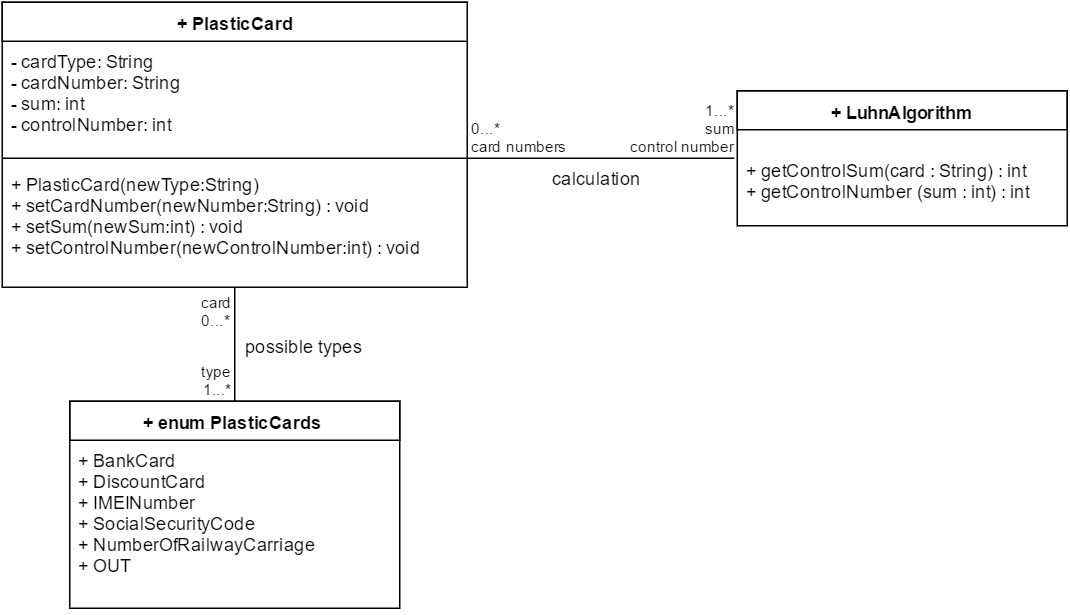
Before: FinalProjectLuhnAlgorithm.png, a diagram exported from draw.io (anna-chepiga/FinalProject). Source tidied: cells renumbered, new cells last; positions are measured from the earlier drawing's top-left corner, leaving out a move shared by most shapes.
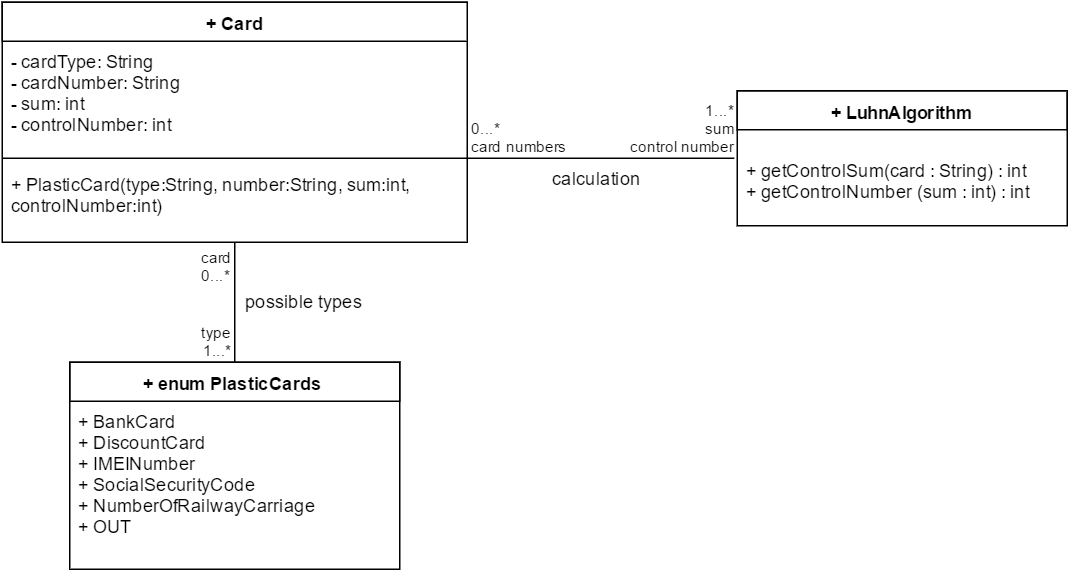
Above is the later version.

Commit message:
Edited class diagram

Changed the name of PlasticCard class to Card; removed the setters as they are not really used in code, instead of them edited the constructor accordingly

Change to the diagram source:
```diff
@@ -2,8 +2,8 @@
   <root>
     <mxCell id="0" />
     <mxCell id="1" parent="0" />
-    <mxCell id="2" value="+ PlasticCard" style="swimlane;html=1;fontStyle=1;align=center;verticalAlign=top;horizontal=1;startSize=26;swimlaneFillColor=#ffffff;" parent="1" vertex="1">
-      <mxGeometry width="310" height="190" as="geometry" />
+    <mxCell id="2" value="+ Card" style="swimlane;html=1;fontStyle=1;align=center;verticalAlign=top;horizontal=1;startSize=26;swimlaneFillColor=#ffffff;" parent="1" vertex="1">
+      <mxGeometry width="310" height="160" as="geometry" />
     </mxCell>
     <mxCell id="3" value="- cardType: String&lt;div&gt;- cardNumber: String&lt;/div&gt;&lt;div&gt;- sum: int&lt;/div&gt;&lt;div&gt;- controlNumber: int&lt;/div&gt;" style="text;html=1;strokeColor=none;fillColor=none;align=left;verticalAlign=top;spacingLeft=4;spacingRight=4;whiteSpace=wrap;overflow=hidden;" parent="2" vertex="1">
       <mxGeometry y="26" width="310" height="74" as="geometry" />
@@ -11,8 +11,8 @@
     <mxCell id="4" style="line;html=1;strokeWidth=1;fillColor=none;align=left;verticalAlign=middle;spacingTop=-1;spacingLeft=3;spacingRight=3;labelPosition=right;" parent="2" vertex="1">
       <mxGeometry y="100" width="310" height="8" as="geometry" />
     </mxCell>
-    <mxCell id="5" value="&lt;div&gt;+ PlasticCard(newType:String)&lt;/div&gt;&lt;div&gt;+ setCardNumber(newNumber:String) : void&lt;/div&gt;&lt;div&gt;+ setSum(newSum:int) : void&lt;/div&gt;&lt;div&gt;+ setControlNumber(newControlNumber:int) : void&lt;/div&gt;" style="text;html=1;strokeColor=none;fillColor=none;align=left;verticalAlign=top;spacingLeft=4;spacingRight=4;whiteSpace=wrap;overflow=hidden;" parent="2" vertex="1">
-      <mxGeometry y="108" width="310" height="76" as="geometry" />
+    <mxCell id="5" value="&lt;div&gt;+ PlasticCard(type:String, number:String, sum:int, controlNumber:int&lt;span style=&quot;line-height: 1.2&quot;&gt;)&lt;/span&gt;&lt;/div&gt;" style="text;html=1;strokeColor=none;fillColor=none;align=left;verticalAlign=top;spacingLeft=4;spacingRight=4;whiteSpace=wrap;overflow=hidden;" parent="2" vertex="1">
+      <mxGeometry y="108" width="310" height="42" as="geometry" />
     </mxCell>
     <mxCell id="6" value="&lt;b&gt;+ LuhnAlgorithm&lt;/b&gt;" style="swimlane;html=1;fontStyle=0;horizontal=1;startSize=26;fillColor=none;swimlaneFillColor=#ffffff;" parent="1" vertex="1">
       <mxGeometry x="490" y="59" width="220" height="90" as="geometry" />
@@ -24,7 +24,7 @@
       <mxGeometry x="365" y="108" width="70" height="20" as="geometry" />
     </mxCell>
     <mxCell id="9" value="&lt;span lang=&quot;EN&quot;&gt;&lt;b&gt;+ enum PlasticCards&amp;nbsp;&lt;/b&gt;&lt;/span&gt;" style="swimlane;html=1;fontStyle=0;horizontal=1;startSize=26;fillColor=none;swimlaneFillColor=#ffffff;" parent="1" vertex="1">
-      <mxGeometry x="45" y="266" width="220" height="138" as="geometry" />
+      <mxGeometry x="45" y="240" width="220" height="138" as="geometry" />
     </mxCell>
     <mxCell id="10" value="&lt;div&gt;&lt;span&gt;+ BankCard&lt;/span&gt;&lt;br&gt;&lt;/div&gt;&lt;div&gt;&lt;span&gt;+&amp;nbsp;&lt;/span&gt;&lt;span lang=&quot;EN&quot;&gt;DiscountCard&lt;/span&gt;&lt;/div&gt;&lt;div&gt;&lt;span&gt;+&amp;nbsp;&lt;/span&gt;&lt;span lang=&quot;EN&quot;&gt;IMEINumber&lt;/span&gt;&lt;br&gt;&lt;/div&gt;&lt;div&gt;&lt;span lang=&quot;EN&quot;&gt;+&amp;nbsp;&lt;/span&gt;&lt;span&gt;SocialSecurityCode&lt;/span&gt;&lt;/div&gt;&lt;div&gt;&lt;span&gt;+&amp;nbsp;&lt;/span&gt;&lt;span&gt;NumberOfRailwayCarriage&lt;/span&gt;&lt;/div&gt;&lt;div&gt;&lt;span lang=&quot;EN&quot;&gt;+ OUT&lt;/span&gt;&lt;span&gt;&lt;br&gt;&lt;/span&gt;&lt;/div&gt;" style="text;html=1;strokeColor=none;fillColor=none;align=left;verticalAlign=top;spacingLeft=4;spacingRight=4;whiteSpace=wrap;overflow=hidden;" parent="9" vertex="1">
       <mxGeometry y="26" width="220" height="112" as="geometry" />
@@ -43,12 +43,11 @@
       </mxGeometry>
     </mxCell>
     <mxCell id="14" value="&lt;font style=&quot;font-size: 12px&quot;&gt;possible types&lt;/font&gt;" style="text;html=1;align=left;verticalAlign=top;spacingTop=-4;" parent="1" vertex="1">
-      <mxGeometry x="160" y="220" width="90" height="20" as="geometry" />
+      <mxGeometry x="160" y="190" width="90" height="20" as="geometry" />
     </mxCell>
-    <mxCell id="15" style="endArrow=none;html=1;edgeStyle=orthogonalEdgeStyle;" parent="1" edge="1">
+    <mxCell id="15" style="endArrow=none;html=1;edgeStyle=orthogonalEdgeStyle;" parent="1" edge="1" target="9">
       <mxGeometry relative="1" as="geometry">
-        <mxPoint x="155" y="190" as="sourcePoint" />
-        <mxPoint x="155" y="266" as="targetPoint" />
+        <mxPoint x="155" y="160" as="sourcePoint" />
       </mxGeometry>
     </mxCell>
     <mxCell id="16" value="card&lt;div&gt;0...*&lt;/div&gt;" style="html=1;align=left;verticalAlign=bottom;labelBackgroundColor=#ffffff;fontSize=10;" parent="15" vertex="1">
```
